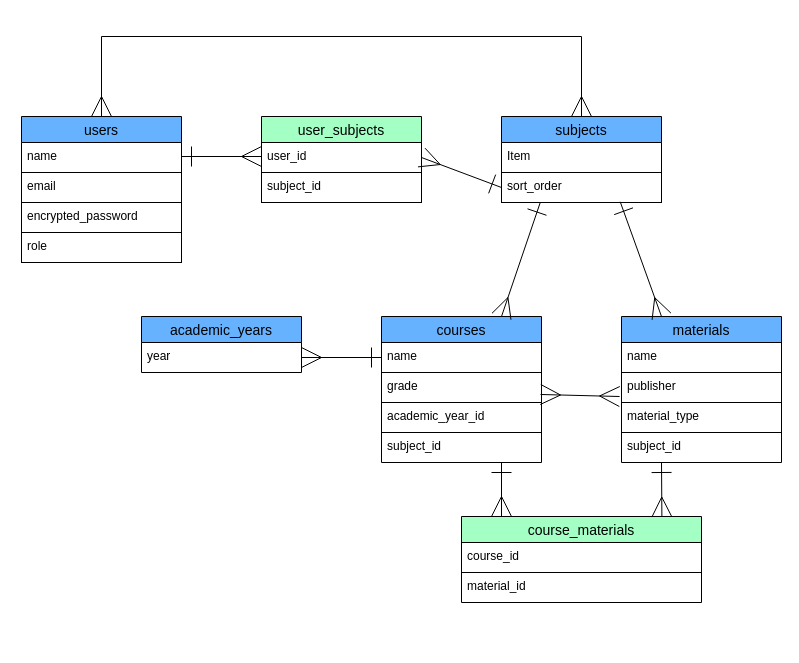
This is kyozai_link_er.dio from kentsu0901/kyozai_link, a draw.io file, before an edit. Source tidied: cells renumbered, new cells numbered last; positions are measured from the earlier drawing's top-left corner, leaving out a move shared by most shapes. Both pictures are drawn from the tidied source at 100%, with x=0, y=0 at pixel (21, 36).
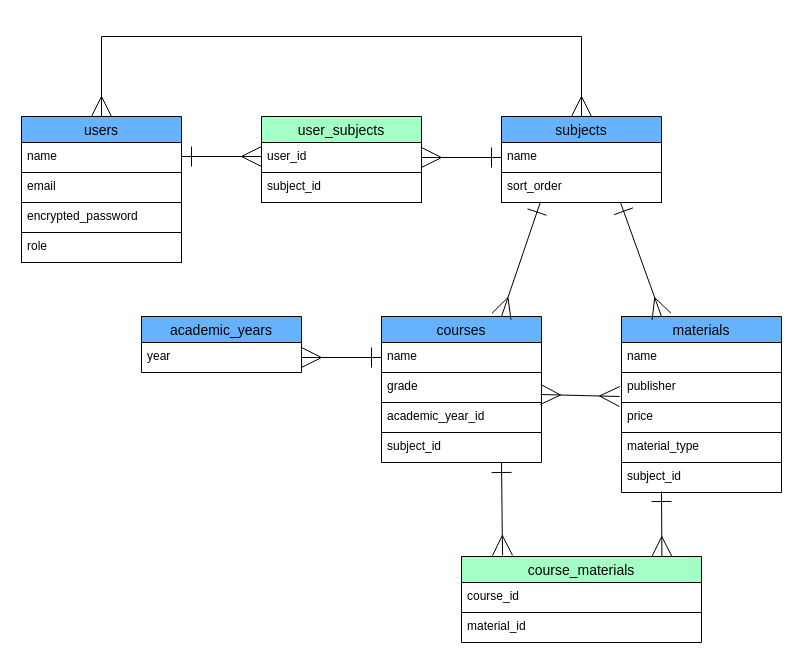
After the change.

The change refers to these unchanged cells:
```xml
<mxCell id="9" value="user_id" style="text;strokeColor=#000000;fillColor=none;spacingLeft=4;spacingRight=4;overflow=hidden;points=[[0,0.5],[1,0.5]];portConstraint=eastwest;fontSize=12;whiteSpace=wrap;html=1;" parent="8" vertex="1">
  <mxGeometry y="26" width="160" height="30" as="geometry" />
</mxCell>
<mxCell id="12" value="subjects" style="swimlane;fontStyle=0;horizontal=1;startSize=26;align=center;fontSize=14;fillColor=#66B2FF;" parent="1" vertex="1">
  <mxGeometry x="480" y="80" width="160" height="86" as="geometry" />
</mxCell>
<mxCell id="14" value="sort_order" style="text;strokeColor=#000000;fillColor=none;spacingLeft=4;spacingRight=4;overflow=hidden;points=[[0,0.5],[1,0.5]];portConstraint=eastwest;fontSize=12;whiteSpace=wrap;html=1;" parent="12" vertex="1">
  <mxGeometry y="56" width="160" height="30" as="geometry" />
</mxCell>
<mxCell id="18" value="courses" style="swimlane;fontStyle=0;horizontal=1;startSize=26;align=center;fontSize=14;fillColor=#66B2FF;" parent="1" vertex="1">
  <mxGeometry x="360" y="280" width="160" height="146" as="geometry" />
</mxCell>
```

Diff of the diagram source:
```diff
@@
-    <mxCell id="13" value="Item" style="text;strokeColor=none;fillColor=none;spacingLeft=4;spacingRight=4;overflow=hidden;points=[[0,0.5],[1,0.5]];portConstraint=eastwest;fontSize=12;whiteSpace=wrap;html=1;" parent="12" vertex="1">
+    <mxCell id="13" value="name" style="text;strokeColor=none;fillColor=none;spacingLeft=4;spacingRight=4;overflow=hidden;points=[[0,0.5],[1,0.5]];portConstraint=eastwest;fontSize=12;whiteSpace=wrap;html=1;" parent="12" vertex="1">
       <mxGeometry y="26" width="160" height="30" as="geometry" />
     </mxCell>
@@
-    <mxCell id="17" style="edgeStyle=none;html=1;exitX=1;exitY=0.5;exitDx=0;exitDy=0;entryX=0;entryY=0.5;entryDx=0;entryDy=0;endArrow=ERone;endFill=0;startArrow=ERmany;startFill=0;endSize=18;startSize=18;" parent="1" edge="1" source="9" target="14">
+    <mxCell id="17" style="edgeStyle=none;html=1;exitX=1;exitY=0.5;exitDx=0;exitDy=0;entryX=0;entryY=0.5;entryDx=0;entryDy=0;endArrow=ERone;endFill=0;startArrow=ERmany;startFill=0;endSize=18;startSize=18;" parent="1" edge="1" source="9" target="13">
       <mxGeometry relative="1" as="geometry" />
     </mxCell>
@@
     <mxCell id="23" value="materials" style="swimlane;fontStyle=0;horizontal=1;startSize=26;align=center;fontSize=14;fillColor=#66B2FF;" parent="1" vertex="1">
-      <mxGeometry x="600" y="280" width="160" height="146" as="geometry" />
+      <mxGeometry x="600" y="280" width="160" height="176" as="geometry" />
     </mxCell>
@@
+    <mxCell id="39" value="price" style="text;strokeColor=none;fillColor=none;spacingLeft=4;spacingRight=4;overflow=hidden;fontSize=12;whiteSpace=wrap;html=1;" parent="23" vertex="1">
+      <mxGeometry y="86" width="160" height="30" as="geometry" />
+    </mxCell>
     <mxCell id="26" value="material_type" style="text;strokeColor=#000000;fillColor=none;spacingLeft=4;spacingRight=4;overflow=hidden;fontSize=12;whiteSpace=wrap;html=1;" parent="23" vertex="1">
-      <mxGeometry y="86" width="160" height="30" as="geometry" />
+      <mxGeometry y="116" width="160" height="30" as="geometry" />
     </mxCell>
     <mxCell id="27" value="&lt;span style=&quot;color: rgb(0, 0, 0);&quot;&gt;subject_id&lt;/span&gt;" style="text;strokeColor=none;fillColor=none;spacingLeft=4;spacingRight=4;overflow=hidden;points=[[0,0.5],[1,0.5]];portConstraint=eastwest;fontSize=12;whiteSpace=wrap;html=1;" parent="23" vertex="1">
-      <mxGeometry y="116" width="160" height="30" as="geometry" />
+      <mxGeometry y="146" width="160" height="30" as="geometry" />
     </mxCell>
@@
     <mxCell id="30" value="course_materials" style="swimlane;fontStyle=0;horizontal=1;startSize=26;align=center;fontSize=14;fillColor=#A3FFC4;" parent="1" vertex="1">
-      <mxGeometry x="440" y="480" width="240" height="86" as="geometry" />
+      <mxGeometry x="440" y="520" width="240" height="86" as="geometry" />
     </mxCell>
@@
-    <mxCell id="34" style="edgeStyle=none;html=1;exitX=0.75;exitY=1;exitDx=0;exitDy=0;endArrow=ERmany;endFill=0;startArrow=ERone;startFill=0;endSize=18;startSize=18;" parent="1" edge="1" source="18">
-      <mxGeometry relative="1" as="geometry">
-        <mxPoint x="480" y="480" as="targetPoint" />
-      </mxGeometry>
+    <mxCell id="34" style="edgeStyle=none;html=1;exitX=0.75;exitY=1;exitDx=0;exitDy=0;endArrow=ERmany;endFill=0;startArrow=ERone;startFill=0;endSize=18;startSize=18;entryX=0.171;entryY=-0.012;entryDx=0;entryDy=0;entryPerimeter=0;" parent="1" edge="1" source="18" target="30">
+      <mxGeometry relative="1" as="geometry" />
     </mxCell>
-    <mxCell id="35" style="edgeStyle=none;html=1;entryX=0.835;entryY=0.006;entryDx=0;entryDy=0;entryPerimeter=0;endArrow=ERmany;endFill=0;startArrow=ERone;startFill=0;endSize=18;startSize=18;exitX=0.25;exitY=1;exitDx=0;exitDy=0;" parent="1" edge="1" source="23" target="30">
-      <mxGeometry relative="1" as="geometry" />
+    <mxCell id="35" style="edgeStyle=none;html=1;entryX=0.835;entryY=0.006;entryDx=0;entryDy=0;entryPerimeter=0;endArrow=ERmany;endFill=0;startArrow=ERone;startFill=0;endSize=18;startSize=18;exitX=0.25;exitY=0.967;exitDx=0;exitDy=0;exitPerimeter=0;" parent="1" edge="1" source="27">
+      <mxGeometry relative="1" as="geometry">
+        <mxPoint x="640.4" y="520" as="targetPoint" />
+      </mxGeometry>
     </mxCell>
```
